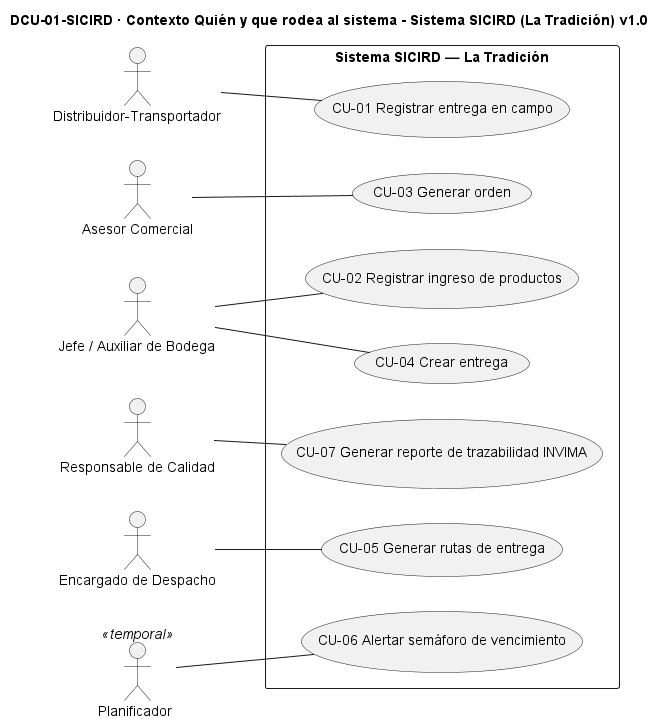
RicardoForero/2026-2-IReq-Grupo03 keeps this PlantUML diagram as 11-modelo-casos-uso/DCU-01-SICIRD.png. Above is the earlier version. Its diagram source:
```plantuml
@startuml DCU-01-SICIRD
title DCU-01-SICIRD · Contexto Quién y que rodea al sistema - Sistema SICIRD (La Tradición) v1.0
left to right direction

actor "Distribuidor-Transportador" as CON
actor "Asesor Comercial" as COM
actor "Jefe / Auxiliar de Bodega" as BOD
actor "Responsable de Calidad" as CAL
actor "Encargado de Despacho" as DES
actor "Planificador " as TIME <<temporal>>


rectangle "Sistema SICIRD — La Tradición" {
  usecase "CU-01 Registrar entrega en campo" as CU01
  usecase "CU-02 Registrar ingreso de productos" as CU02
  usecase "CU-03 Generar orden" as CU03
  usecase "CU-04 Crear entrega" as CU04
  usecase "CU-05 Generar rutas de entrega" as CU05
  usecase "CU-06 Alertar semáforo de vencimiento" as CU06
  usecase "CU-07 Generar reporte de trazabilidad INVIMA" as CU07
  }

CON -- CU01
BOD -- CU02
COM -- CU03
BOD -- CU04
DES -- CU05
TIME -- CU06
CAL -- CU07



@enduml
```
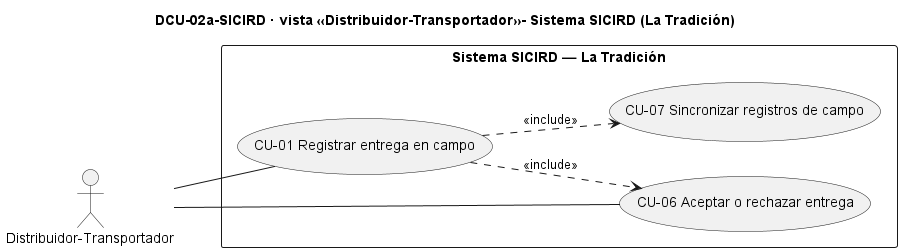
Above is the later version.

The edit, as a diff of the source:
```diff
@@ -1,33 +1,21 @@
-@startuml DCU-01-SICIRD
-title DCU-01-SICIRD · Contexto Quién y que rodea al sistema - Sistema SICIRD (La Tradición) v1.0
+@startuml DCU-02a-SICIRD
+title DCU-02a-SICIRD · vista <<Distribuidor-Transportador >>- Sistema SICIRD (La Tradición)
 left to right direction
 
 actor "Distribuidor-Transportador" as CON
-actor "Asesor Comercial" as COM
-actor "Jefe / Auxiliar de Bodega" as BOD
-actor "Responsable de Calidad" as CAL
-actor "Encargado de Despacho" as DES
-actor "Planificador " as TIME <<temporal>>
 
 
 rectangle "Sistema SICIRD — La Tradición" {
   usecase "CU-01 Registrar entrega en campo" as CU01
-  usecase "CU-02 Registrar ingreso de productos" as CU02
-  usecase "CU-03 Generar orden" as CU03
-  usecase "CU-04 Crear entrega" as CU04
-  usecase "CU-05 Generar rutas de entrega" as CU05
-  usecase "CU-06 Alertar semáforo de vencimiento" as CU06
-  usecase "CU-07 Generar reporte de trazabilidad INVIMA" as CU07
-  }
+  usecase "CU-06 Aceptar o rechazar entrega" as CU06
+  usecase "CU-07 Sincronizar registros de campo" as CU07
+}
+
 
 CON -- CU01
-BOD -- CU02
-COM -- CU03
-BOD -- CU04
-DES -- CU05
-TIME -- CU06
-CAL -- CU07
+CON -- CU06
 
-
+CU01 ..> CU07 : <<include>>
+CU01 ..> CU06 : <<include>>
 
 @enduml
```
